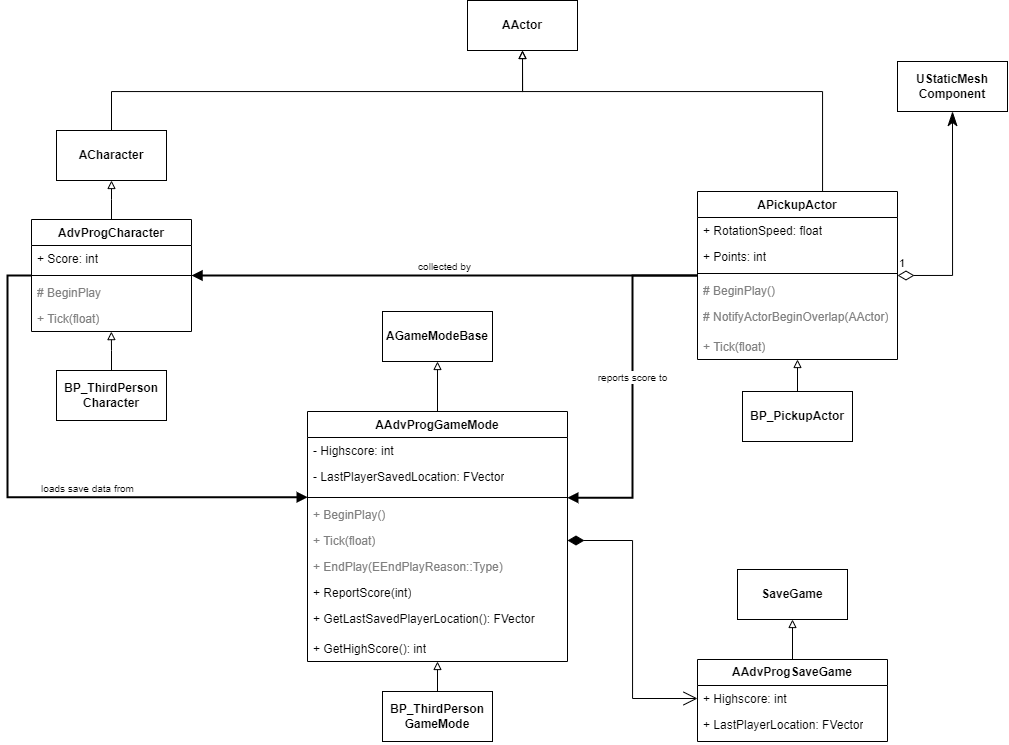
The draw.io diagram classdiagram.png in Qubemap/Markdown-Images, before a commit. Source tidied: cells renumbered, new cells last; positions are measured from the earlier drawing's top-left corner, leaving out a move shared by most shapes.
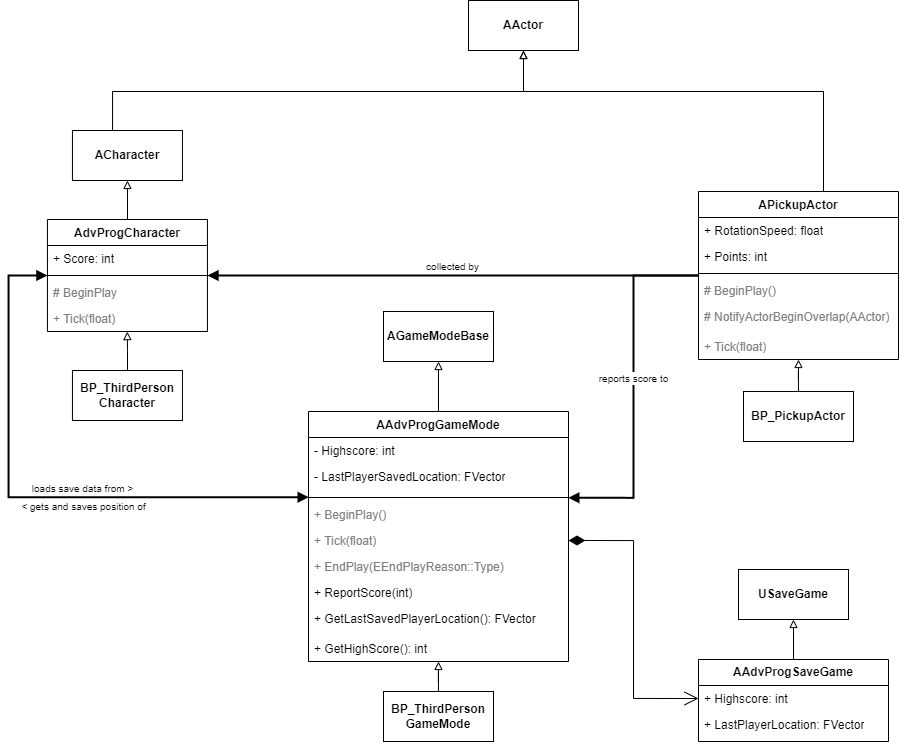
The same file after the commit.

The edit, as a diff of the source:
```diff
@@ -2,16 +2,16 @@
   <root>
     <mxCell id="0" />
     <mxCell id="1" parent="0" />
-    <mxCell id="2" style="edgeStyle=orthogonalEdgeStyle;rounded=0;jettySize=auto;html=1;entryX=0.5;entryY=1;entryDx=0;entryDy=0;horizontal=1;strokeWidth=1;curved=0;endArrow=block;endFill=0;exitX=0.5;exitY=0;exitDx=0;exitDy=0;" parent="1" edge="1" source="41" target="3">
-      <mxGeometry relative="1" as="geometry" />
-    </mxCell>
-    <mxCell id="3" value="&lt;b&gt;SaveGame&lt;/b&gt;" style="html=1;whiteSpace=wrap;" parent="1" vertex="1">
-      <mxGeometry x="730" y="569" width="110" height="50" as="geometry" />
-    </mxCell>
+    <mxCell id="51" style="edgeStyle=orthogonalEdgeStyle;rounded=0;jettySize=auto;html=1;entryX=0.5;entryY=1;entryDx=0;entryDy=0;horizontal=1;strokeWidth=1;curved=0;endArrow=block;endFill=0;exitX=0.5;exitY=0;exitDx=0;exitDy=0;" parent="1" edge="1" source="41" target="52">
+      <mxGeometry relative="1" as="geometry" />
+    </mxCell>
+    <mxCell id="52" value="&lt;b&gt;USaveGame&lt;/b&gt;" style="html=1;whiteSpace=wrap;" parent="1" vertex="1">
+      <mxGeometry x="730" y="569" width="110" height="50" as="geometry" />
+    </mxCell>
     <mxCell id="4" style="edgeStyle=orthogonalEdgeStyle;rounded=0;jettySize=auto;html=1;entryX=0.5;entryY=1;entryDx=0;entryDy=0;endArrow=block;endFill=0;" parent="1" edge="1" source="5" target="15">
       <mxGeometry relative="1" as="geometry" />
     </mxCell>
-    <mxCell id="5" value="AAdvProgGameMode" style="swimlane;fontStyle=1;align=center;verticalAlign=top;horizontal=1;startSize=26;whiteSpace=wrap;html=1;" parent="1" vertex="1">
+    <mxCell id="5" value="AAdvProgGameMode" style="swimlane;fontStyle=1;align=center;verticalAlign=top;horizontal=1;startSize=26;whiteSpace=wrap;html=1;swimlaneFillColor=#FFFFFF;" parent="1" vertex="1">
       <mxGeometry x="300" y="411" width="260" height="250" as="geometry" />
     </mxCell>
     <mxCell id="6" value="- Highscore: int" style="text;strokeColor=none;fillColor=none;align=left;verticalAlign=top;spacingLeft=4;spacingRight=4;overflow=hidden;whiteSpace=wrap;html=1;" parent="5" vertex="1">
@@ -58,7 +58,7 @@
         </Array>
       </mxGeometry>
     </mxCell>
-    <mxCell id="19" value="APickupActor" style="swimlane;fontStyle=1;align=center;verticalAlign=top;horizontal=1;startSize=26;whiteSpace=wrap;html=1;" parent="1" vertex="1">
+    <mxCell id="19" value="APickupActor" style="swimlane;fontStyle=1;align=center;verticalAlign=top;horizontal=1;startSize=26;whiteSpace=wrap;html=1;swimlaneFillColor=#FFFFFF;" parent="1" vertex="1">
       <mxGeometry x="690" y="191" width="200" height="168" as="geometry" />
     </mxCell>
     <mxCell id="20" value="+ RotationSpeed: float" style="text;strokeColor=none;fillColor=none;align=left;verticalAlign=top;spacingLeft=4;spacingRight=4;overflow=hidden;whiteSpace=wrap;html=1;" parent="19" vertex="1">
@@ -88,17 +88,11 @@
     <mxCell id="28" value="&lt;b&gt;BP_PickupActor&lt;br&gt;&lt;/b&gt;" style="html=1;whiteSpace=wrap;" parent="1" vertex="1">
       <mxGeometry x="735" y="391" width="110" height="50" as="geometry" />
     </mxCell>
-    <mxCell id="29" value="&lt;b&gt;UStaticMesh&lt;/b&gt;&lt;div&gt;&lt;b&gt;Component&lt;/b&gt;&lt;/div&gt;" style="html=1;whiteSpace=wrap;" parent="1" vertex="1">
-      <mxGeometry x="890" y="61" width="110" height="50" as="geometry" />
-    </mxCell>
-    <mxCell id="30" value="1" style="endArrow=classicThin;html=1;endSize=12;startArrow=diamondThin;startSize=14;startFill=0;edgeStyle=orthogonalEdgeStyle;align=left;verticalAlign=bottom;rounded=0;entryX=0.5;entryY=1;entryDx=0;entryDy=0;exitX=1;exitY=0.5;exitDx=0;exitDy=0;endFill=1;" parent="1" edge="1" source="19" target="29">
-      <mxGeometry x="-1" y="3" relative="1" as="geometry" />
-    </mxCell>
     <mxCell id="31" style="edgeStyle=orthogonalEdgeStyle;rounded=0;jettySize=auto;html=1;entryX=0.5;entryY=1;entryDx=0;entryDy=0;endArrow=block;endFill=0;" parent="1" edge="1" source="32" target="38">
       <mxGeometry relative="1" as="geometry" />
     </mxCell>
-    <mxCell id="32" value="AdvProgCharacter" style="swimlane;fontStyle=1;align=center;verticalAlign=top;horizontal=1;startSize=26;whiteSpace=wrap;html=1;" parent="1" vertex="1">
-      <mxGeometry x="24" y="219" width="160" height="112" as="geometry" />
+    <mxCell id="32" value="AdvProgCharacter" style="swimlane;fontStyle=1;align=center;verticalAlign=top;horizontal=1;startSize=26;whiteSpace=wrap;html=1;swimlaneFillColor=#FFFFFF;" parent="1" vertex="1">
+      <mxGeometry x="38.9" y="219" width="160" height="112" as="geometry" />
     </mxCell>
     <mxCell id="33" value="+ Score: int" style="text;strokeColor=none;fillColor=none;align=left;verticalAlign=top;spacingLeft=4;spacingRight=4;overflow=hidden;whiteSpace=wrap;html=1;" parent="32" vertex="1">
       <mxGeometry y="26" width="160" height="26" as="geometry" />
@@ -121,15 +115,15 @@
       </mxGeometry>
     </mxCell>
     <mxCell id="38" value="&lt;b&gt;ACharacter&lt;/b&gt;" style="html=1;whiteSpace=wrap;" parent="1" vertex="1">
-      <mxGeometry x="49" y="130" width="110" height="50" as="geometry" />
+      <mxGeometry x="63.9" y="130" width="110" height="50" as="geometry" />
     </mxCell>
     <mxCell id="39" value="&lt;b&gt;BP_ThirdPerson&lt;/b&gt;&lt;div&gt;&lt;b&gt;Character&lt;/b&gt;&lt;/div&gt;" style="html=1;whiteSpace=wrap;" parent="1" vertex="1">
-      <mxGeometry x="49" y="370" width="110" height="50" as="geometry" />
+      <mxGeometry x="63.9" y="370" width="110" height="50" as="geometry" />
     </mxCell>
     <mxCell id="40" style="edgeStyle=orthogonalEdgeStyle;rounded=0;jettySize=auto;html=1;entryX=0.499;entryY=1.004;entryDx=0;entryDy=0;entryPerimeter=0;endArrow=block;endFill=0;" parent="1" edge="1" source="39" target="36">
       <mxGeometry relative="1" as="geometry" />
     </mxCell>
-    <mxCell id="41" value="&lt;b&gt;AAdvProgSaveGame&lt;/b&gt;" style="swimlane;fontStyle=0;horizontal=1;startSize=26;fillColor=none;whiteSpace=wrap;html=1;" parent="1" vertex="1">
+    <mxCell id="41" value="&lt;b&gt;AAdvProgSaveGame&lt;/b&gt;" style="swimlane;fontStyle=0;horizontal=1;startSize=26;fillColor=#FFFFFF;whiteSpace=wrap;html=1;swimlaneFillColor=#FFFFFF;" parent="1" vertex="1">
       <mxGeometry x="690" y="659" width="190" height="82" as="geometry" />
     </mxCell>
     <mxCell id="42" value="+ Highscore: int" style="text;strokeColor=none;fillColor=none;align=left;verticalAlign=top;spacingLeft=4;spacingRight=4;overflow=hidden;points=[[0,0.5],[1,0.5]];portConstraint=eastwest;whiteSpace=wrap;html=1;" parent="41" vertex="1">
@@ -141,16 +135,16 @@
     <mxCell id="44" value="&lt;font style=&quot;font-size: 10px;&quot;&gt;collected by&lt;/font&gt;" style="verticalAlign=bottom;html=1;endArrow=none;endSize=12;edgeStyle=orthogonalEdgeStyle;rounded=0;strokeColor=default;align=center;fontFamily=Helvetica;fontSize=11;fontColor=default;labelBackgroundColor=default;strokeWidth=2;startArrow=block;startFill=1;endFill=0;entryX=0;entryY=0.5;entryDx=0;entryDy=0;exitX=1;exitY=0.5;exitDx=0;exitDy=0;" parent="1" edge="1" source="32" target="19">
       <mxGeometry relative="1" as="geometry" />
     </mxCell>
-    <mxCell id="45" style="html=1;align=right;verticalAlign=bottom;labelBackgroundColor=none;fontSize=10;fontFamily=Helvetica;fontColor=default;" parent="44" vertex="1">
-      <mxGeometry x="0.9" relative="1" as="geometry" />
-    </mxCell>
+    <mxCell id="53" style="html=1;align=right;verticalAlign=bottom;labelBackgroundColor=none;fontSize=10;fontFamily=Helvetica;fontColor=default;" parent="44" vertex="1">
+      <mxGeometry x="0.9" relative="1" as="geometry" />
+    </mxCell>
     <mxCell id="46" value="&lt;font style=&quot;font-size: 10px;&quot;&gt;reports score to&lt;/font&gt;" style="verticalAlign=bottom;html=1;endArrow=none;endSize=12;edgeStyle=orthogonalEdgeStyle;rounded=0;strokeColor=default;align=center;fontFamily=Helvetica;fontSize=11;fontColor=default;labelBackgroundColor=default;strokeWidth=2;startArrow=block;startFill=1;endFill=0;exitX=0.999;exitY=0.532;exitDx=0;exitDy=0;exitPerimeter=0;entryX=0;entryY=0.5;entryDx=0;entryDy=0;" parent="1" edge="1" source="8" target="19">
       <mxGeometry relative="1" as="geometry" />
     </mxCell>
-    <mxCell id="47" style="html=1;align=right;verticalAlign=bottom;labelBackgroundColor=none;fontSize=10;fontFamily=Helvetica;fontColor=default;" parent="46" vertex="1">
-      <mxGeometry x="0.9" relative="1" as="geometry" />
-    </mxCell>
+    <mxCell id="54" style="html=1;align=right;verticalAlign=bottom;labelBackgroundColor=none;fontSize=10;fontFamily=Helvetica;fontColor=default;" parent="46" vertex="1">
+      <mxGeometry x="0.9" relative="1" as="geometry" />
+    </mxCell>
-    <mxCell id="48" value="&lt;span style=&quot;font-size: 10px;&quot;&gt;loads save data from&lt;/span&gt;" style="verticalAlign=bottom;html=1;endArrow=none;endSize=12;edgeStyle=orthogonalEdgeStyle;rounded=0;strokeColor=default;align=center;fontFamily=Helvetica;fontSize=11;fontColor=default;labelBackgroundColor=default;strokeWidth=2;startArrow=block;startFill=1;endFill=0;entryX=0;entryY=0.5;entryDx=0;entryDy=0;exitX=0.001;exitY=0.466;exitDx=0;exitDy=0;exitPerimeter=0;" parent="1" edge="1" source="8" target="32">
+    <mxCell id="48" value="&lt;span style=&quot;font-size: 10px;&quot;&gt;loads save data from &amp;gt;&lt;/span&gt;" style="verticalAlign=bottom;html=1;endArrow=block;endSize=6;edgeStyle=orthogonalEdgeStyle;rounded=0;strokeColor=default;align=center;fontFamily=Helvetica;fontSize=11;fontColor=default;labelBackgroundColor=default;strokeWidth=2;startArrow=block;startFill=1;endFill=1;entryX=0;entryY=0.5;entryDx=0;entryDy=0;exitX=0.001;exitY=0.466;exitDx=0;exitDy=0;exitPerimeter=0;" parent="1" edge="1" source="8" target="32">
       <mxGeometry x="-0.19" relative="1" as="geometry">
         <Array as="points">
           <mxPoint y="497" />
@@ -158,11 +152,14 @@
         </Array>
       </mxGeometry>
     </mxCell>
-    <mxCell id="49" style="html=1;align=right;verticalAlign=bottom;labelBackgroundColor=none;fontSize=10;fontFamily=Helvetica;fontColor=default;" parent="48" vertex="1">
-      <mxGeometry x="0.9" relative="1" as="geometry" />
-    </mxCell>
+    <mxCell id="55" style="html=1;align=right;verticalAlign=bottom;labelBackgroundColor=none;fontSize=10;fontFamily=Helvetica;fontColor=default;" parent="48" vertex="1">
+      <mxGeometry x="0.9" relative="1" as="geometry" />
+    </mxCell>
     <mxCell id="50" style="endArrow=open;html=1;endSize=12;startArrow=diamondThin;startSize=14;startFill=1;edgeStyle=orthogonalEdgeStyle;align=left;verticalAlign=bottom;rounded=0;exitX=1;exitY=0.5;exitDx=0;exitDy=0;entryX=0;entryY=0.5;entryDx=0;entryDy=0;" parent="1" edge="1" source="10" target="42">
       <mxGeometry x="-1" y="3" relative="1" as="geometry" />
     </mxCell>
+    <mxCell id="56" value="&lt;font style=&quot;font-size: 10px;&quot;&gt;&amp;lt; gets and saves position of&lt;/font&gt;" style="text;html=1;align=center;verticalAlign=middle;strokeColor=none;fillColor=none;fontSize=11;" parent="1" vertex="1">
+      <mxGeometry y="491" width="150" height="30" as="geometry" />
+    </mxCell>
   </root>
 </mxGraphModel>
```
